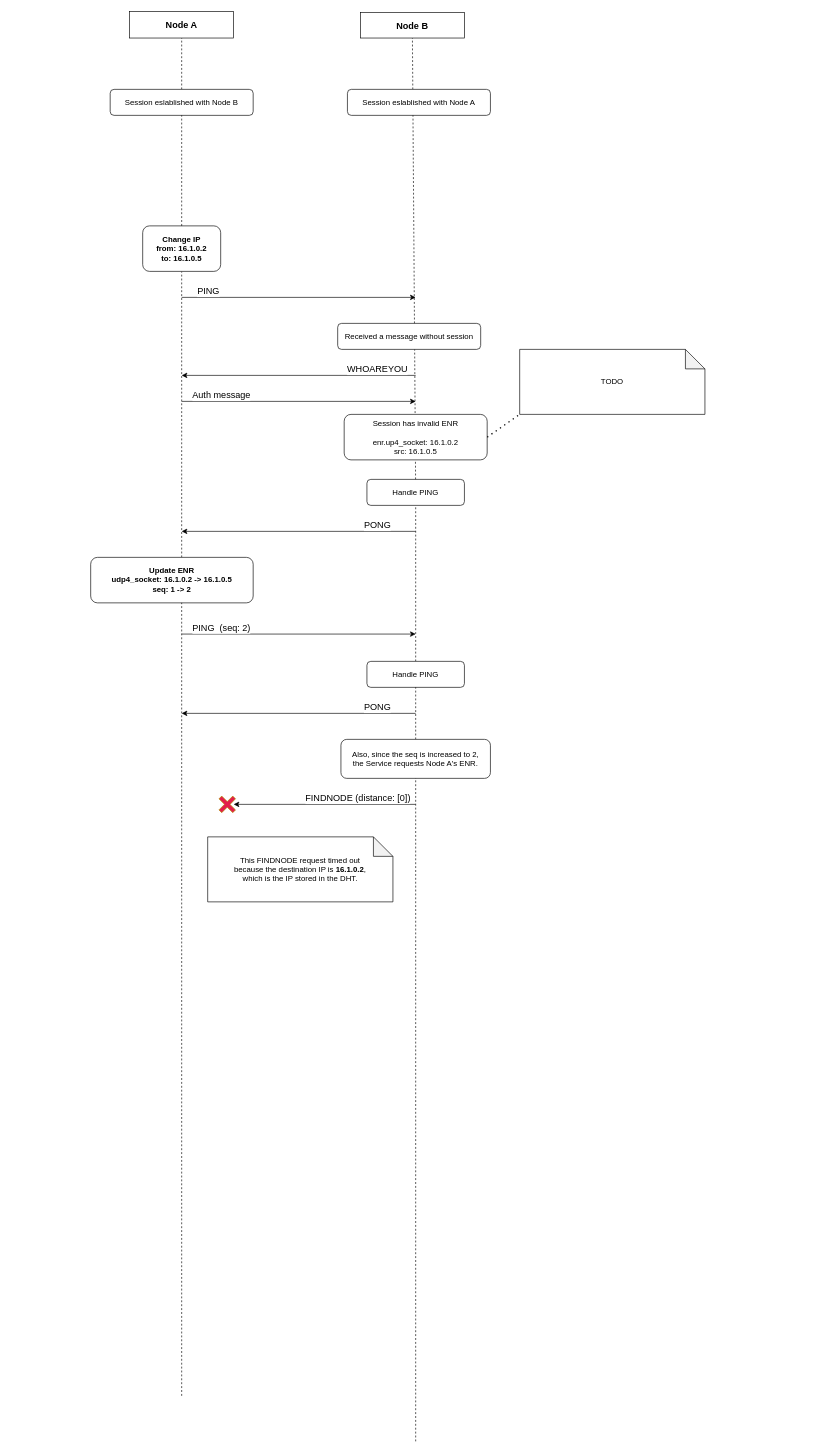
The draw.io diagram discv5/pr/pr-265.drawio in ackintosh/sandbox, before the edit. Source tidied: cells renumbered, new cells numbered last; positions are measured from the earlier drawing's top-left corner, leaving out a move shared by most shapes. Both pictures are drawn from the tidied source at 65%, with x=0, y=0 at pixel (90, 11).
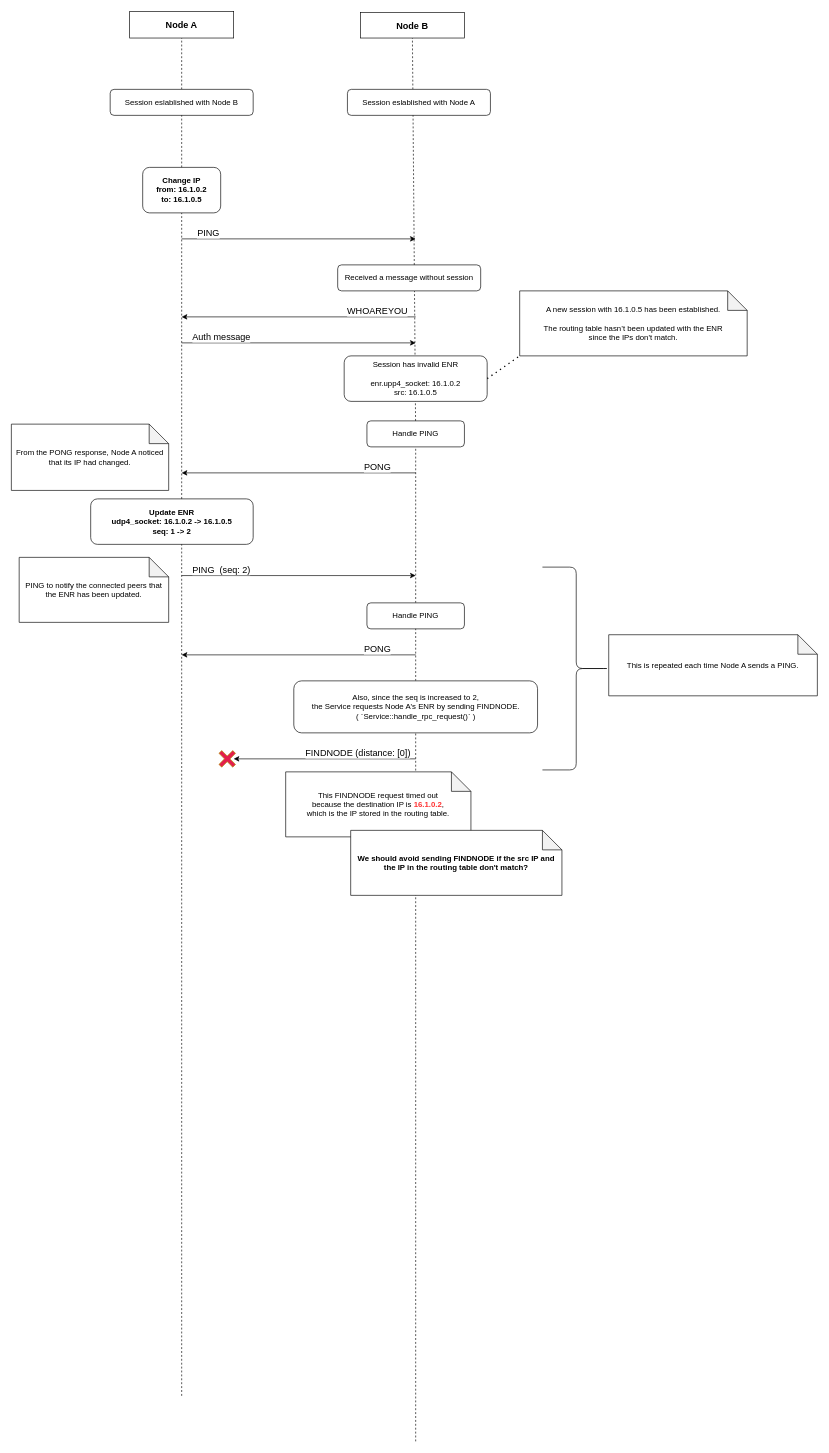
The same diagram, later.

Diff of the diagram source:
```diff
@@
     <mxCell id="7" style="shape=cross;whiteSpace=wrap;html=1;fontSize=12;rotation=45;fillColor=#E31E4C;fontColor=#000000;strokeColor=#B09500;" parent="1" vertex="1">
-      <mxGeometry x="195.1" y="1205" width="30" height="30" as="geometry" />
+      <mxGeometry x="195.1" y="1135" width="30" height="30" as="geometry" />
     </mxCell>
@@
     <mxCell id="9" value="&lt;b&gt;Change IP&lt;br&gt;from: 16.1.0.2&lt;br&gt;to: 16.1.0.5&lt;br&gt;&lt;/b&gt;" style="rounded=1;whiteSpace=wrap;html=1;" parent="1" vertex="1">
-      <mxGeometry x="80" y="330" width="120" height="70" as="geometry" />
+      <mxGeometry x="80" y="240" width="120" height="70" as="geometry" />
     </mxCell>
     <mxCell id="10" style="endArrow=classic;html=1;fontSize=18;" parent="1" edge="1">
-      <mxGeometry x="-160" y="-140" as="geometry">
-        <mxPoint x="140" y="440" as="sourcePoint" />
-        <mxPoint x="500" y="440" as="targetPoint" />
+      <mxGeometry x="-160" y="-230" as="geometry">
+        <mxPoint x="140" y="350" as="sourcePoint" />
+        <mxPoint x="500" y="350" as="targetPoint" />
       </mxGeometry>
     </mxCell>
@@
     <mxCell id="12" style="endArrow=classic;html=1;fontSize=18;" parent="1" edge="1">
-      <mxGeometry x="-150" y="-130" as="geometry">
-        <mxPoint x="500" y="560" as="sourcePoint" />
-        <mxPoint x="140" y="560" as="targetPoint" />
+      <mxGeometry x="-150" y="-220" as="geometry">
+        <mxPoint x="500" y="470" as="sourcePoint" />
+        <mxPoint x="140" y="470" as="targetPoint" />
       </mxGeometry>
     </mxCell>
@@
     <mxCell id="14" value="Received a message without session" style="rounded=1;whiteSpace=wrap;html=1;" parent="1" vertex="1">
-      <mxGeometry x="380" y="480" width="220" height="40" as="geometry" />
+      <mxGeometry x="380" y="390" width="220" height="40" as="geometry" />
     </mxCell>
     <mxCell id="15" style="endArrow=classic;html=1;fontSize=18;" parent="1" edge="1">
-      <mxGeometry x="-160" y="20" as="geometry">
-        <mxPoint x="140" y="600" as="sourcePoint" />
-        <mxPoint x="500" y="600" as="targetPoint" />
+      <mxGeometry x="-160" y="-70" as="geometry">
+        <mxPoint x="140" y="510" as="sourcePoint" />
+        <mxPoint x="500" y="510" as="targetPoint" />
       </mxGeometry>
     </mxCell>
@@
-    <mxCell id="17" value="Session has invalid ENR&lt;br&gt;&lt;br&gt;enr.up4_socket: 16.1.0.2&lt;br&gt;src: 16.1.0.5" style="rounded=1;whiteSpace=wrap;html=1;" parent="1" vertex="1">
-      <mxGeometry x="390" y="620" width="220" height="70" as="geometry" />
+    <mxCell id="17" value="Session has invalid ENR&lt;br&gt;&lt;br&gt;enr.upp4_socket: 16.1.0.2&lt;br&gt;src: 16.1.0.5" style="rounded=1;whiteSpace=wrap;html=1;" parent="1" vertex="1">
+      <mxGeometry x="390" y="530" width="220" height="70" as="geometry" />
     </mxCell>
@@
     <mxCell id="19" value="Handle PING" style="rounded=1;whiteSpace=wrap;html=1;" parent="1" vertex="1">
-      <mxGeometry x="425" y="720" width="150" height="40" as="geometry" />
+      <mxGeometry x="425" y="630" width="150" height="40" as="geometry" />
     </mxCell>
     <mxCell id="20" style="endArrow=classic;html=1;fontSize=18;" parent="1" edge="1">
-      <mxGeometry x="-150" y="110" as="geometry">
-        <mxPoint x="500" y="800" as="sourcePoint" />
-        <mxPoint x="140" y="800" as="targetPoint" />
+      <mxGeometry x="-150" y="20" as="geometry">
+        <mxPoint x="500" y="710" as="sourcePoint" />
+        <mxPoint x="140" y="710" as="targetPoint" />
       </mxGeometry>
     </mxCell>
@@
     <mxCell id="22" value="&lt;b&gt;Update ENR&lt;br&gt;udp4_socket: 16.1.0.2 -&amp;gt; 16.1.0.5&lt;br&gt;seq: 1 -&amp;gt; 2&lt;br&gt;&lt;/b&gt;" style="rounded=1;whiteSpace=wrap;html=1;" parent="1" vertex="1">
-      <mxGeometry y="840" width="250" height="70" as="geometry" />
+      <mxGeometry y="750" width="250" height="70" as="geometry" />
     </mxCell>
     <mxCell id="23" style="endArrow=classic;html=1;fontSize=18;" parent="1" edge="1">
-      <mxGeometry x="-160" y="378" as="geometry">
-        <mxPoint x="140" y="958" as="sourcePoint" />
-        <mxPoint x="500" y="958" as="targetPoint" />
+      <mxGeometry x="-160" y="288" as="geometry">
+        <mxPoint x="140" y="868" as="sourcePoint" />
+        <mxPoint x="500" y="868" as="targetPoint" />
       </mxGeometry>
     </mxCell>
@@
     <mxCell id="25" value="Handle PING" style="rounded=1;whiteSpace=wrap;html=1;" parent="1" vertex="1">
-      <mxGeometry x="425" y="1000" width="150" height="40" as="geometry" />
+      <mxGeometry x="425" y="910" width="150" height="40" as="geometry" />
     </mxCell>
     <mxCell id="26" style="endArrow=classic;html=1;fontSize=18;" parent="1" edge="1">
-      <mxGeometry x="-150" y="390" as="geometry">
-        <mxPoint x="500" y="1080" as="sourcePoint" />
-        <mxPoint x="140" y="1080" as="targetPoint" />
+      <mxGeometry x="-150" y="300" as="geometry">
+        <mxPoint x="500" y="990" as="sourcePoint" />
+        <mxPoint x="140" y="990" as="targetPoint" />
       </mxGeometry>
     </mxCell>
@@
-    <mxCell id="28" value="Also, since the seq is increased to 2,&lt;br&gt;the Service requests Node A's ENR." style="rounded=1;whiteSpace=wrap;html=1;" parent="1" vertex="1">
-      <mxGeometry x="385" y="1120" width="230" height="60" as="geometry" />
+    <mxCell id="28" value="Also, since the seq is increased to 2,&lt;br&gt;the Service requests Node A's ENR by sending FINDNODE.&lt;br&gt;( `Service::handle_rpc_request()` )" style="rounded=1;whiteSpace=wrap;html=1;" parent="1" vertex="1">
+      <mxGeometry x="312.5" y="1030" width="375" height="80" as="geometry" />
     </mxCell>
     <mxCell id="29" style="endArrow=classic;html=1;fontSize=18;" parent="1" edge="1">
-      <mxGeometry x="-150" y="530" as="geometry">
-        <mxPoint x="500" y="1220" as="sourcePoint" />
-        <mxPoint x="220" y="1220" as="targetPoint" />
+      <mxGeometry x="-150" y="460" as="geometry">
+        <mxPoint x="500" y="1150" as="sourcePoint" />
+        <mxPoint x="220" y="1150" as="targetPoint" />
       </mxGeometry>
     </mxCell>
@@
-    <mxCell id="31" value="This FINDNODE request timed out &lt;br&gt;because the destination IP is &lt;b&gt;16.1.0.2&lt;/b&gt;, &lt;br&gt;which is the IP stored in the DHT." style="shape=note;whiteSpace=wrap;html=1;backgroundOutline=1;darkOpacity=0.05;" parent="1" vertex="1">
-      <mxGeometry x="180" y="1270" width="285" height="100" as="geometry" />
+    <mxCell id="31" value="This FINDNODE request timed out &lt;br&gt;because the destination IP is &lt;b&gt;&lt;font color=&quot;#ff3333&quot;&gt;16.1.0.2&lt;/font&gt;&lt;/b&gt;, &lt;br&gt;which is the IP stored in the routing table." style="shape=note;whiteSpace=wrap;html=1;backgroundOutline=1;darkOpacity=0.05;" parent="1" vertex="1">
+      <mxGeometry x="300" y="1170" width="285" height="100" as="geometry" />
     </mxCell>
@@
-    <mxCell id="34" value="TODO" style="shape=note;whiteSpace=wrap;html=1;backgroundOutline=1;darkOpacity=0.05;" parent="1" vertex="1">
-      <mxGeometry x="660" y="520" width="285" height="100" as="geometry" />
+    <mxCell id="34" value="A new session with 16.1.0.5 has been established.&lt;br&gt;&lt;br&gt;The routing table hasn’t been updated with the ENR&lt;br&gt;since the IPs don't match." style="shape=note;whiteSpace=wrap;html=1;backgroundOutline=1;darkOpacity=0.05;" parent="1" vertex="1">
+      <mxGeometry x="660" y="430" width="350" height="100" as="geometry" />
     </mxCell>
+    <mxCell id="35" value="We should avoid sending FINDNODE if the src IP and the IP in the routing table don't match?" style="shape=note;whiteSpace=wrap;html=1;backgroundOutline=1;darkOpacity=0.05;fontStyle=1;" parent="1" vertex="1">
+      <mxGeometry x="400" y="1260" width="325" height="100" as="geometry" />
+    </mxCell>
+    <mxCell id="36" value="PING to notify the connected peers that the ENR has been updated." style="shape=note;whiteSpace=wrap;html=1;backgroundOutline=1;darkOpacity=0.05;" parent="1" vertex="1">
+      <mxGeometry x="-110" y="840" width="230" height="100" as="geometry" />
+    </mxCell>
+    <mxCell id="37" style="shape=curlyBracket;whiteSpace=wrap;html=1;rounded=1;flipH=1;labelPosition=right;verticalLabelPosition=middle;align=left;verticalAlign=middle;fontColor=#FF3333;" parent="1" vertex="1">
+      <mxGeometry x="695" y="855" width="104" height="312" as="geometry" />
+    </mxCell>
+    <mxCell id="38" value="This is repeated each time Node A sends a PING." style="shape=note;whiteSpace=wrap;html=1;backgroundOutline=1;darkOpacity=0.05;" parent="1" vertex="1">
+      <mxGeometry x="797" y="959" width="321" height="94" as="geometry" />
+    </mxCell>
+    <mxCell id="39" value="From the PONG response, Node A noticed that its IP had changed." style="shape=note;whiteSpace=wrap;html=1;backgroundOutline=1;darkOpacity=0.05;" parent="1" vertex="1">
+      <mxGeometry x="-122" y="635" width="242" height="102" as="geometry" />
+    </mxCell>
```
